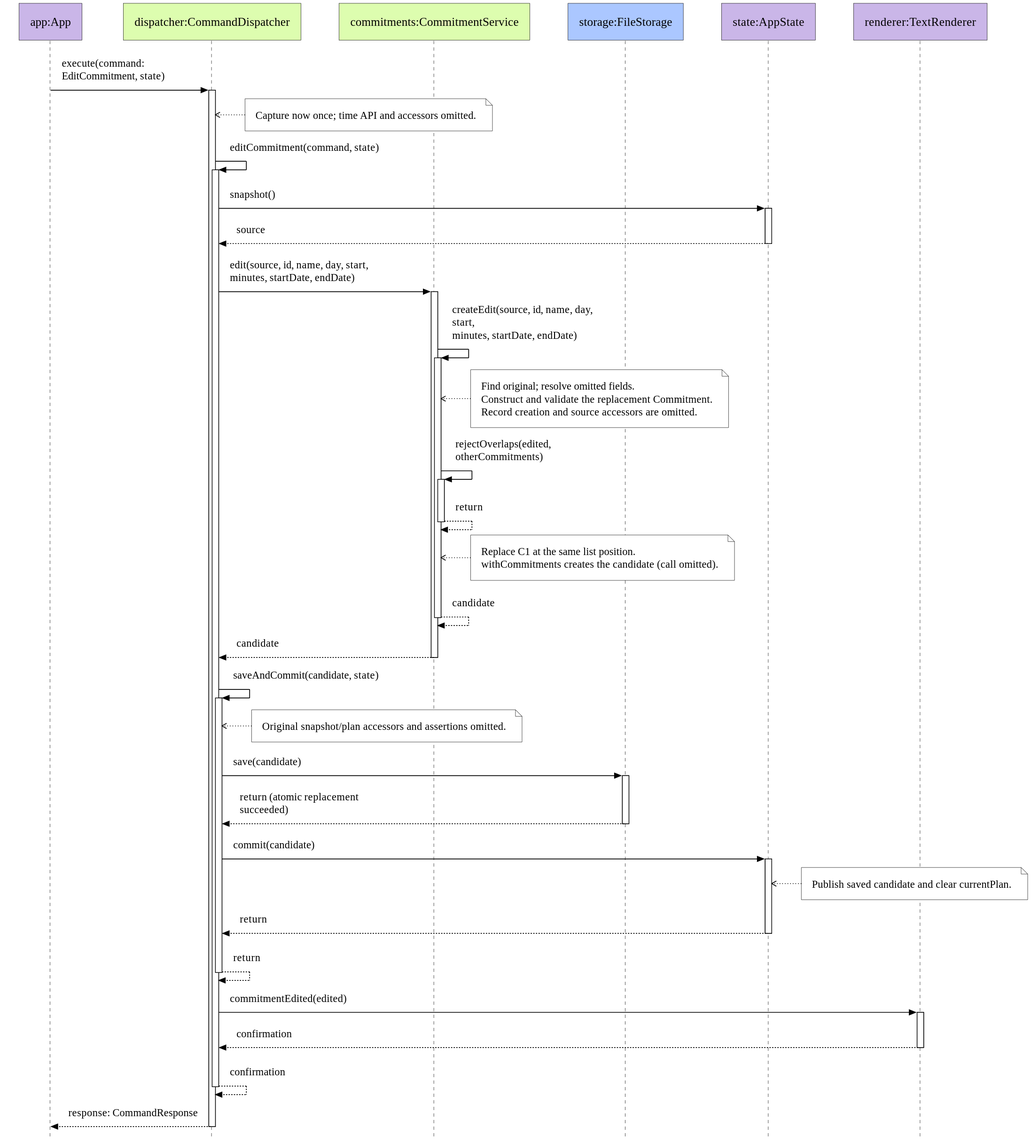
Darren50/tp keeps this PlantUML diagram as docs/images/diagrams/darren-commitment-edit.svg. Above is the earlier version.
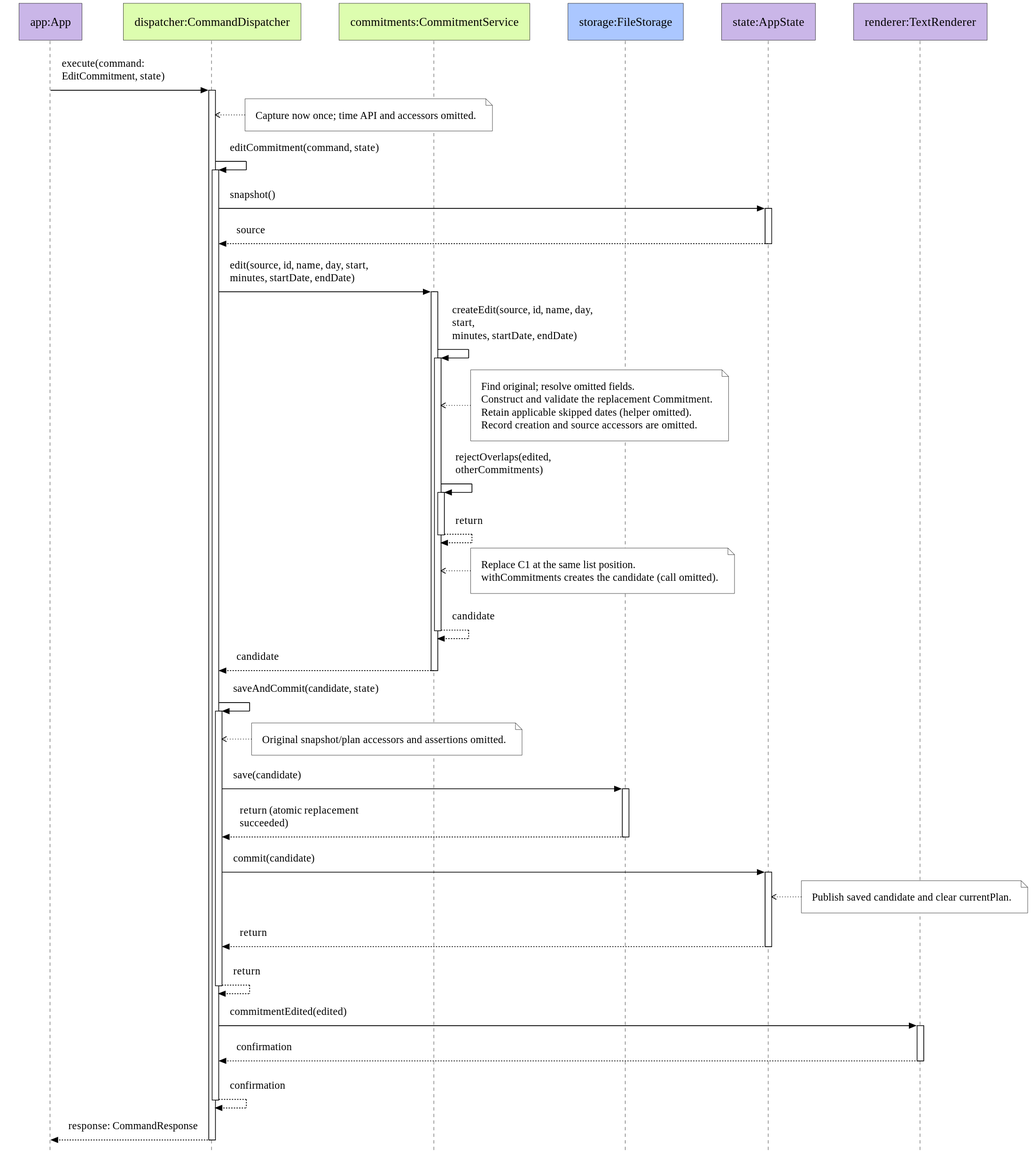
Later version of the same file.

Change to the diagram source:
```diff
@@ -18,6 +18,7 @@
 note right of Service
   Find original; resolve omitted fields.
   Construct and validate the replacement Commitment.
+  Retain applicable skipped dates (helper omitted).
   Record creation and source accessors are omitted.
 end note
 Service -> Service ++ : rejectOverlaps(edited, otherCommitments)
```
